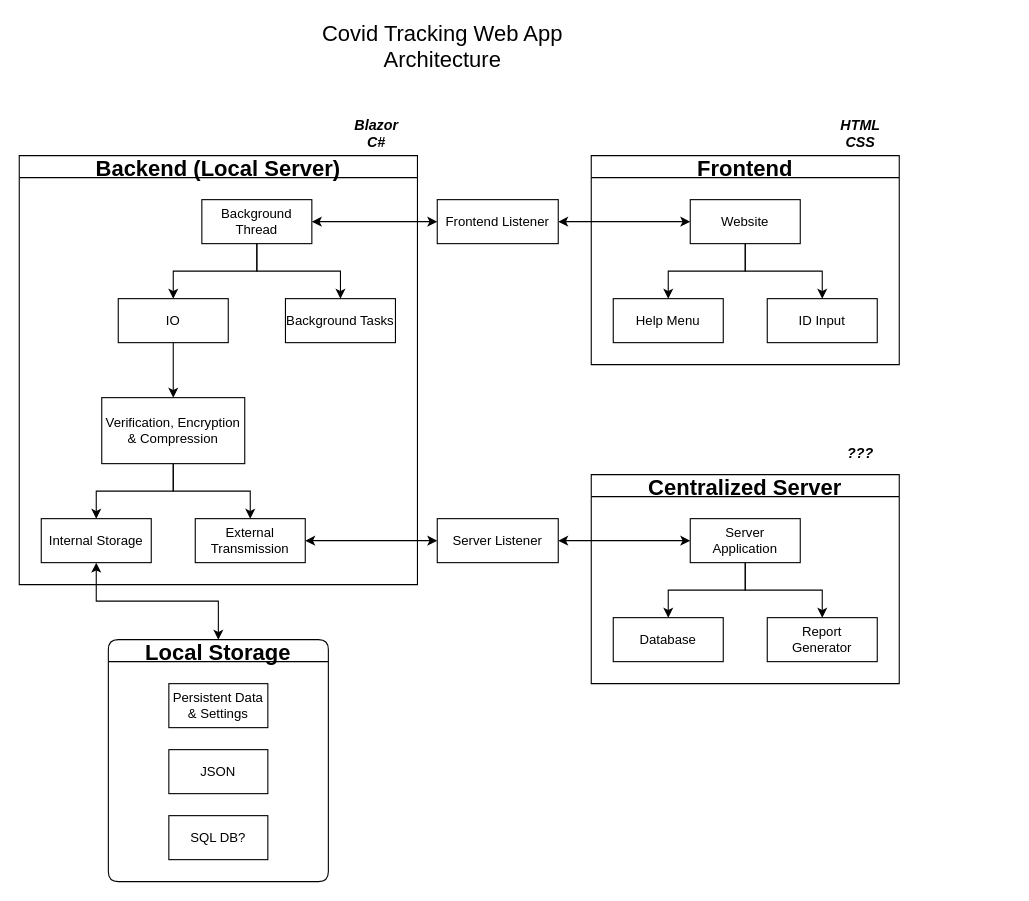
This is _Resources/Architecture.drawio from TheScrumSlayers/CovidTracker, a draw.io file, before an edit. Source tidied: cells renumbered, new cells numbered last; positions are measured from the earlier drawing's top-left corner, leaving out a move shared by most shapes. Both pictures are drawn from the tidied source at 110%, with x=0, y=0 at pixel (19, 34).
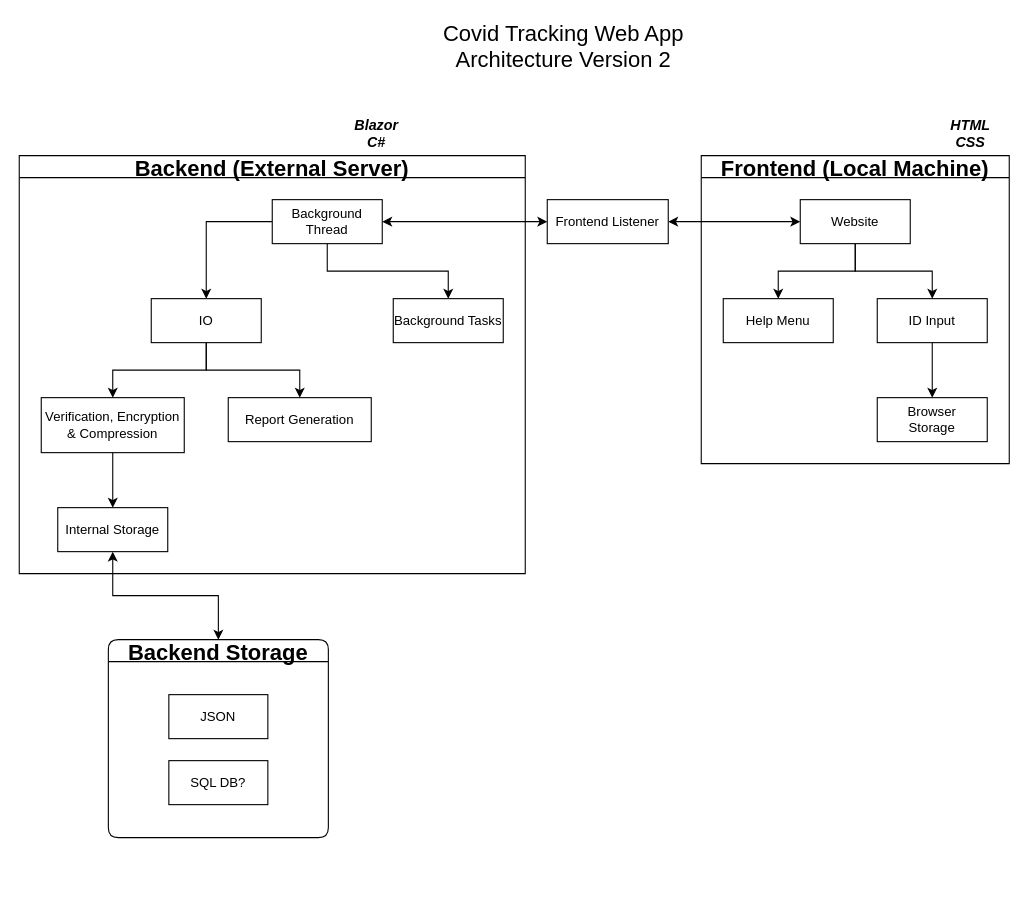
The same diagram, later.

The change refers to these unchanged cells:
```xml
<mxCell id="19" value="ID Input" style="whiteSpace=wrap;html=1;" parent="15" vertex="1">
  <mxGeometry x="160" y="130" width="100" height="40" as="geometry" />
</mxCell>
```

What changed in the source:
```diff
@@
-    <mxCell id="2" value="Covid Tracking Web App Architecture" style="text;html=1;strokeColor=none;fillColor=none;align=center;verticalAlign=middle;whiteSpace=wrap;rounded=0;fontSize=20;" parent="1" vertex="1">
-      <mxGeometry x="270" width="230" height="20" as="geometry" />
+    <mxCell id="2" value="Covid Tracking Web App Architecture Version 2" style="text;html=1;strokeColor=none;fillColor=none;align=center;verticalAlign=middle;whiteSpace=wrap;rounded=0;fontSize=20;" parent="1" vertex="1">
+      <mxGeometry x="380" width="230" height="20" as="geometry" />
     </mxCell>
-    <mxCell id="3" value="Backend (Local Server)" style="swimlane;startSize=20;horizontal=1;horizontalTree=0;containerType=tree;fontSize=20;" parent="1" vertex="1">
-      <mxGeometry y="110" width="362" height="390" as="geometry" />
+    <mxCell id="3" value="Backend (External Server)" style="swimlane;startSize=20;horizontal=1;horizontalTree=0;containerType=tree;fontSize=20;" parent="1" vertex="1">
+      <mxGeometry y="110" width="460" height="380" as="geometry" />
     </mxCell>
     <mxCell id="4" value="Background Thread" style="whiteSpace=wrap;html=1;" parent="3" vertex="1">
-      <mxGeometry x="166" y="40" width="100" height="40" as="geometry" />
+      <mxGeometry x="230" y="40" width="100" height="40" as="geometry" />
     </mxCell>
@@
     <mxCell id="6" value="IO" style="whiteSpace=wrap;html=1;" parent="3" vertex="1">
-      <mxGeometry x="90" y="130" width="100" height="40" as="geometry" />
+      <mxGeometry x="120" y="130" width="100" height="40" as="geometry" />
     </mxCell>
@@
     <mxCell id="8" value="Verification, Encryption &amp;amp; Compression" style="whiteSpace=wrap;html=1;" parent="3" vertex="1">
-      <mxGeometry x="75" y="220" width="130" height="60" as="geometry" />
+      <mxGeometry x="20" y="220" width="130" height="50" as="geometry" />
     </mxCell>
@@
     <mxCell id="10" value="&lt;div&gt;Internal Storage&lt;/div&gt;" style="whiteSpace=wrap;html=1;" parent="3" vertex="1">
-      <mxGeometry x="20" y="330" width="100" height="40" as="geometry" />
+      <mxGeometry x="35" y="320" width="100" height="40" as="geometry" />
     </mxCell>
-    <mxCell id="11" style="edgeStyle=orthogonalEdgeStyle;rounded=0;jettySize=auto;html=1;" parent="3" edge="1" source="8" target="12">
-      <mxGeometry relative="1" as="geometry" />
-    </mxCell>
-    <mxCell id="12" value="External Transmission" style="whiteSpace=wrap;html=1;" parent="3" vertex="1">
-      <mxGeometry x="160" y="330" width="100" height="40" as="geometry" />
-    </mxCell>
-    <mxCell id="13" style="edgeStyle=orthogonalEdgeStyle;rounded=0;jettySize=auto;html=1;" parent="3" edge="1" source="4" target="14">
+    <mxCell id="13" style="edgeStyle=orthogonalEdgeStyle;rounded=0;jettySize=auto;html=1;exitX=0.5;exitY=1;exitDx=0;exitDy=0;" parent="3" edge="1" source="4" target="14">
       <mxGeometry relative="1" as="geometry" />
     </mxCell>
     <mxCell id="14" value="Background Tasks" style="whiteSpace=wrap;html=1;" parent="3" vertex="1">
-      <mxGeometry x="242" y="130" width="100" height="40" as="geometry" />
+      <mxGeometry x="340" y="130" width="100" height="40" as="geometry" />
     </mxCell>
+    <mxCell id="41" style="edgeStyle=orthogonalEdgeStyle;rounded=0;jettySize=auto;html=1;" parent="3" edge="1" source="6" target="42">
+      <mxGeometry relative="1" as="geometry" />
+    </mxCell>
+    <mxCell id="42" value="Report Generation" style="whiteSpace=wrap;html=1;" parent="3" vertex="1">
+      <mxGeometry x="190" y="220" width="130" height="40" as="geometry" />
+    </mxCell>
-    <mxCell id="15" value="Frontend" style="swimlane;startSize=20;horizontal=1;horizontalTree=0;containerType=tree;fontSize=20;" parent="1" vertex="1">
-      <mxGeometry x="520" y="110" width="280" height="190" as="geometry" />
+    <mxCell id="15" value="Frontend (Local Machine)" style="swimlane;startSize=20;horizontal=1;horizontalTree=0;containerType=tree;fontSize=20;" parent="1" vertex="1">
+      <mxGeometry x="620" y="110" width="280" height="280" as="geometry" />
     </mxCell>
@@
+    <mxCell id="43" style="edgeStyle=elbowEdgeStyle;elbow=vertical;html=1;rounded=0;" parent="15" edge="1" source="19" target="44">
+      <mxGeometry relative="1" as="geometry" />
+    </mxCell>
+    <mxCell id="44" value="&lt;div&gt;Browser&lt;/div&gt;&lt;div&gt;Storage&lt;/div&gt;" style="whiteSpace=wrap;html=1;" parent="15" vertex="1">
+      <mxGeometry x="160" y="220" width="100" height="40" as="geometry" />
+    </mxCell>
@@
     <mxCell id="23" value="HTML CSS" style="text;html=1;strokeColor=none;fillColor=none;align=center;verticalAlign=middle;whiteSpace=wrap;rounded=0;fontSize=13;fontStyle=3;" parent="1" vertex="1">
-      <mxGeometry x="740" y="80" width="50" height="20" as="geometry" />
+      <mxGeometry x="840" y="80" width="50" height="20" as="geometry" />
     </mxCell>
@@
     <mxCell id="25" value="Frontend Listener" style="whiteSpace=wrap;html=1;" parent="1" vertex="1">
-      <mxGeometry x="380" y="150" width="110" height="40" as="geometry" />
+      <mxGeometry x="480" y="150" width="110" height="40" as="geometry" />
     </mxCell>
@@
-    <mxCell id="27" value="Local Storage" style="swimlane;rounded=1;shadow=0;glass=0;sketch=0;fontSize=20;startSize=20;" parent="1" vertex="1">
-      <mxGeometry x="81" y="550" width="200" height="220" as="geometry" />
+    <mxCell id="27" value="Backend Storage" style="swimlane;rounded=1;shadow=0;glass=0;sketch=0;fontSize=20;startSize=20;" parent="1" vertex="1">
+      <mxGeometry x="81" y="550" width="200" height="180" as="geometry" />
     </mxCell>
     <mxCell id="28" value="JSON" style="rounded=0;whiteSpace=wrap;html=1;" parent="27" vertex="1">
-      <mxGeometry x="55" y="100" width="90" height="40" as="geometry" />
+      <mxGeometry x="55" y="50" width="90" height="40" as="geometry" />
     </mxCell>
     <mxCell id="29" value="SQL DB?" style="rounded=0;whiteSpace=wrap;html=1;" parent="27" vertex="1">
-      <mxGeometry x="55" y="160" width="90" height="40" as="geometry" />
+      <mxGeometry x="55" y="110" width="90" height="40" as="geometry" />
     </mxCell>
-    <mxCell id="30" value="Persistent Data &amp;amp; Settings" style="rounded=0;whiteSpace=wrap;html=1;" parent="27" vertex="1">
-      <mxGeometry x="55" y="40" width="90" height="40" as="geometry" />
-    </mxCell>
-    <mxCell id="31" value="Centralized Server" style="swimlane;startSize=20;horizontal=1;horizontalTree=0;containerType=tree;fontSize=20;" parent="1" vertex="1">
-      <mxGeometry x="520" y="400" width="280" height="190" as="geometry" />
-    </mxCell>
-    <mxCell id="32" value="&lt;div&gt;Server&lt;/div&gt;&lt;div&gt; Application&lt;/div&gt;" style="whiteSpace=wrap;html=1;" parent="31" vertex="1">
-      <mxGeometry x="90" y="40" width="100" height="40" as="geometry" />
-    </mxCell>
-    <mxCell id="33" value="Database" style="whiteSpace=wrap;html=1;" parent="31" vertex="1">
-      <mxGeometry x="20" y="130" width="100" height="40" as="geometry" />
-    </mxCell>
-    <mxCell id="34" style="edgeStyle=elbowEdgeStyle;elbow=vertical;html=1;rounded=0;" parent="31" edge="1" source="32" target="33">
-      <mxGeometry relative="1" as="geometry" />
-    </mxCell>
-    <mxCell id="35" value="&lt;div&gt;Report&lt;br&gt;&lt;/div&gt;&lt;div&gt;Generator&lt;/div&gt;" style="whiteSpace=wrap;html=1;" parent="31" vertex="1">
-      <mxGeometry x="160" y="130" width="100" height="40" as="geometry" />
-    </mxCell>
-    <mxCell id="36" style="edgeStyle=elbowEdgeStyle;elbow=vertical;html=1;rounded=0;" parent="31" edge="1" source="32" target="35">
-      <mxGeometry relative="1" as="geometry" />
-    </mxCell>
-    <mxCell id="37" style="edgeStyle=orthogonalEdgeStyle;rounded=0;jettySize=auto;html=1;exitX=1;exitY=0.5;exitDx=0;exitDy=0;entryX=0;entryY=0.5;entryDx=0;entryDy=0;startArrow=classic;startFill=1;" parent="1" edge="1" source="38" target="32">
-      <mxGeometry relative="1" as="geometry" />
-    </mxCell>
-    <mxCell id="38" value="Server Listener" style="whiteSpace=wrap;html=1;" parent="1" vertex="1">
-      <mxGeometry x="380" y="440" width="110" height="40" as="geometry" />
-    </mxCell>
-    <mxCell id="39" style="edgeStyle=orthogonalEdgeStyle;rounded=0;jettySize=auto;html=1;exitX=1;exitY=0.5;exitDx=0;exitDy=0;entryX=0;entryY=0.5;entryDx=0;entryDy=0;startArrow=classic;startFill=1;" parent="1" edge="1" source="12" target="38">
-      <mxGeometry relative="1" as="geometry" />
-    </mxCell>
-    <mxCell id="40" value="???" style="text;html=1;strokeColor=none;fillColor=none;align=center;verticalAlign=middle;whiteSpace=wrap;rounded=0;fontSize=13;fontStyle=3;" parent="1" vertex="1">
-      <mxGeometry x="740" y="370" width="50" height="20" as="geometry" />
-    </mxCell>
```
